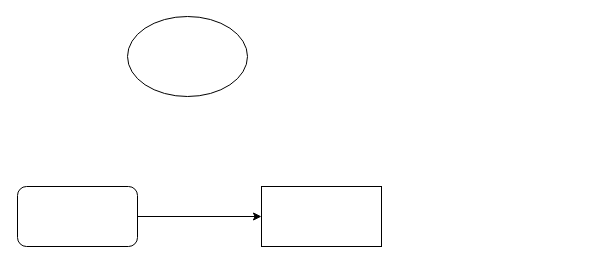
This is 未命名绘图.drawio from wushanru/design, a draw.io file, before an edit. Source tidied: cells renumbered, new cells numbered last; positions are measured from the earlier drawing's top-left corner, leaving out a move shared by most shapes. Both pictures are drawn from the tidied source at 100%, with x=0, y=0 at pixel (17, 16).
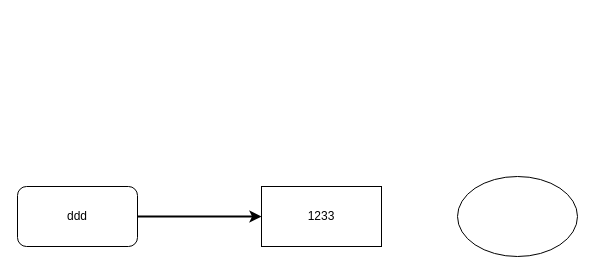
The same diagram, later.

Commit message (it also covers changes not shown here):
更新未命名绘图.drawio

Change to the diagram source:
```diff
@@
 <mxGraphModel>
   <root>
     <mxCell id="0" />
     <mxCell id="1" parent="0" />
-    <mxCell id="2" style="edgeStyle=orthogonalEdgeStyle;rounded=0;jettySize=auto;html=1;" parent="1" edge="1" source="3" target="4">
+    <mxCell id="2" style="edgeStyle=orthogonalEdgeStyle;rounded=0;jettySize=auto;html=1;strokeWidth=2;" parent="1" edge="1" source="3" target="4">
       <mxGeometry relative="1" as="geometry" />
     </mxCell>
-    <mxCell id="3" style="rounded=1;whiteSpace=wrap;html=1;" parent="1" vertex="1">
+    <mxCell id="3" value="ddd" style="rounded=1;whiteSpace=wrap;html=1;" parent="1" vertex="1">
       <mxGeometry y="170" width="120" height="60" as="geometry" />
     </mxCell>
-    <mxCell id="4" style="rounded=0;whiteSpace=wrap;html=1;" parent="1" vertex="1">
+    <mxCell id="4" value="1233" style="rounded=0;whiteSpace=wrap;html=1;" parent="1" vertex="1">
       <mxGeometry x="244" y="170" width="120" height="60" as="geometry" />
     </mxCell>
     <mxCell id="5" style="ellipse;whiteSpace=wrap;html=1;" parent="1" vertex="1">
-      <mxGeometry x="110" width="120" height="80" as="geometry" />
+      <mxGeometry x="440" y="160" width="120" height="80" as="geometry" />
     </mxCell>
   </root>
 </mxGraphModel>
```
